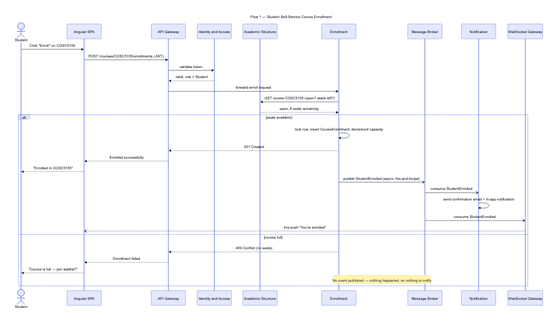
The Mermaid diagram docs/architecture/flow-01-student-enrollment.png in ESD-ONE/University-Course-Management-System, before a commit. Its source is kept beside it as docs/architecture/flow-01-student-enrollment.mmd.
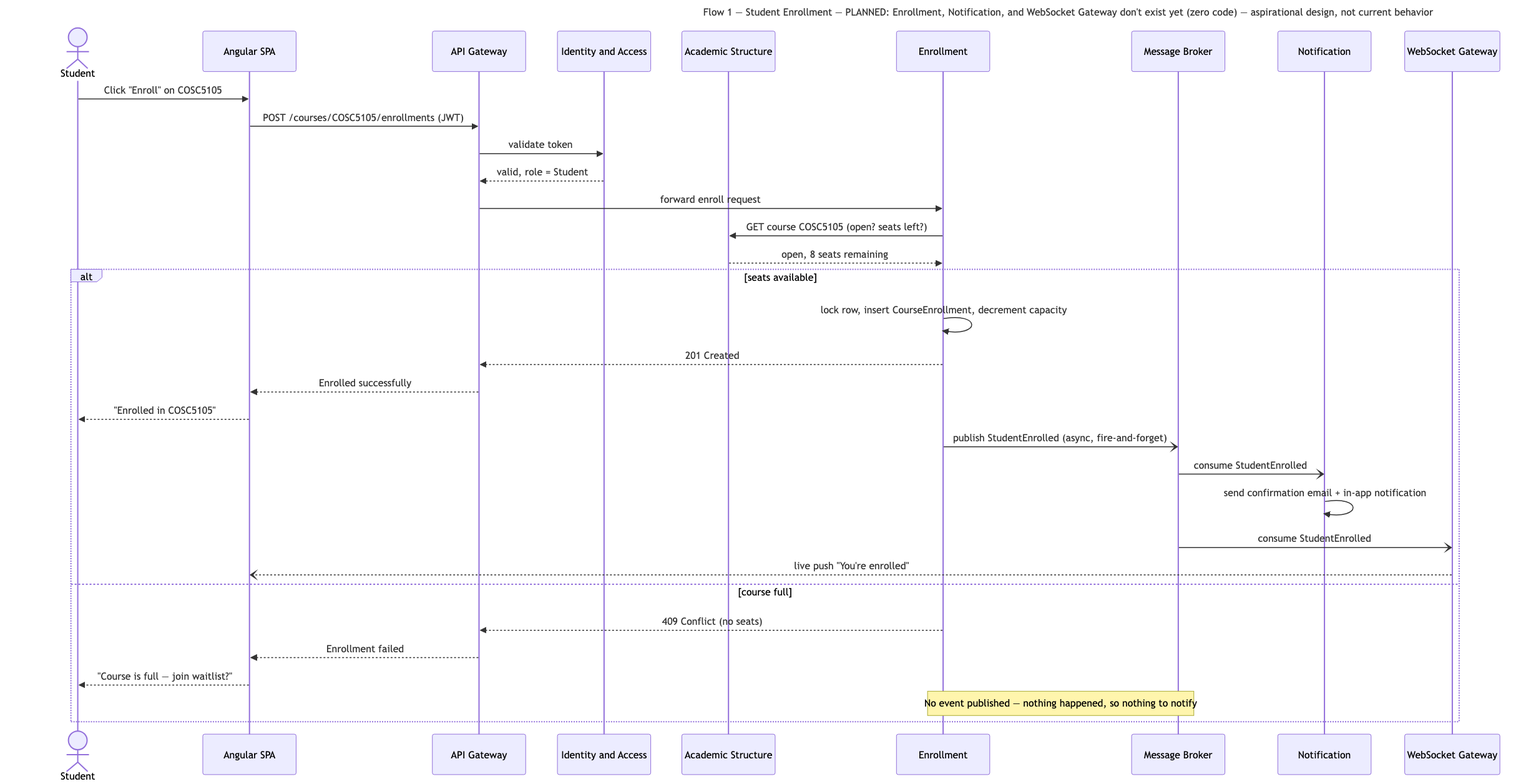
The same diagram one commit later.

What changed in the source:
```diff
@@ -1,5 +1,5 @@
 ---
-title: Flow 1 — Student Self-Service Course Enrollment
+title: "Flow 1 — Student Enrollment — PLANNED: Enrollment, Notification, and WebSocket Gateway don't exist yet (zero code) — aspirational design, not current behavior"
 ---
 sequenceDiagram
     actor Student
```
